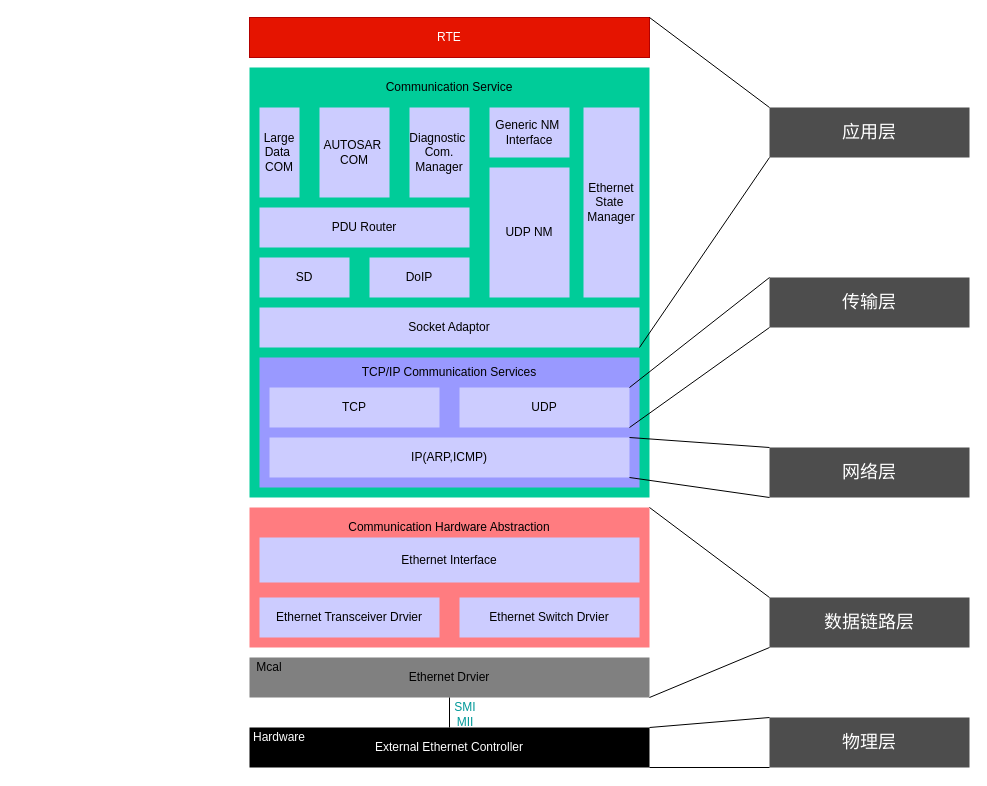
hanojiang/BlogCP keeps this draw.io diagram as page "Page-2" (1 of 6) of docs/ETH/layer.drawio. Above is the earlier version. Source tidied: cells renumbered, new cells numbered last; positions are measured from the earlier drawing's top-left corner, leaving out a move shared by most shapes. Both pictures are drawn from the tidied source at 100%, with x=0, y=0 at pixel (249, 17).
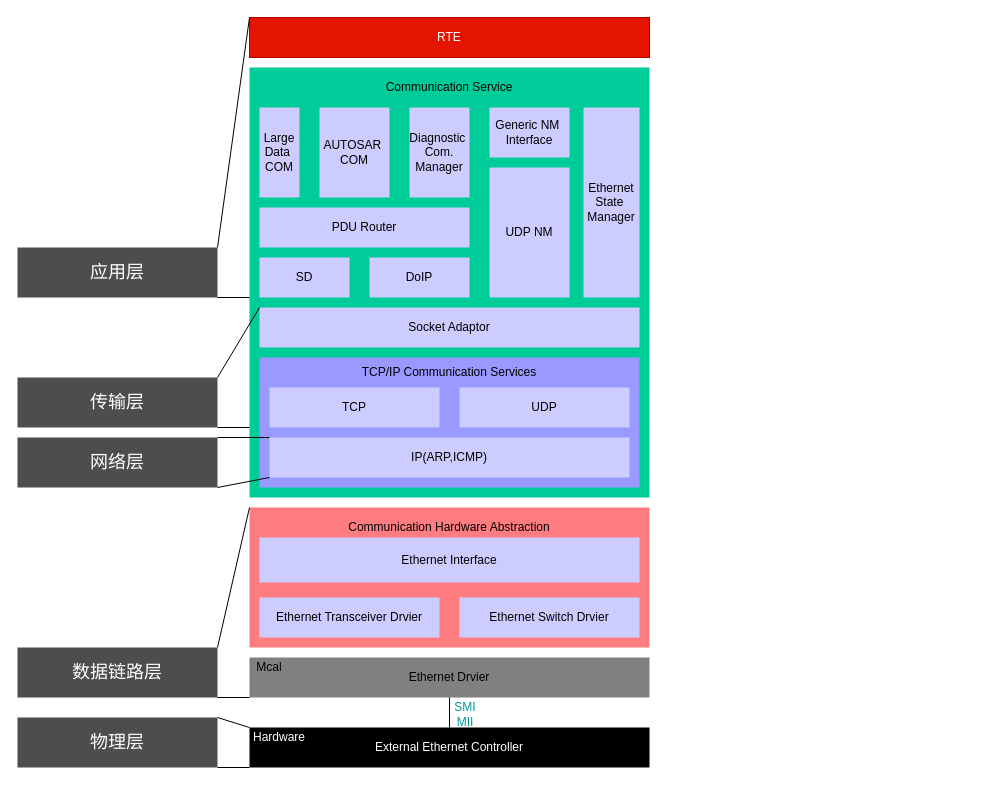
After the change.

The change refers to these unchanged cells:
```xml
<mxCell id="3" style="rounded=0;whiteSpace=wrap;html=1;fillColor=#FF7C80;strokeColor=none;" parent="2" vertex="1">
  <mxGeometry y="490" width="400" height="140" as="geometry" />
</mxCell>
<mxCell id="4" value="&lt;span&gt;&lt;font color=&quot;#000000&quot;&gt;Ethernet Drvier&lt;/font&gt;&lt;/span&gt;" style="rounded=0;whiteSpace=wrap;html=1;fontColor=#ffffff;fillColor=#808080;strokeColor=none;" parent="2" vertex="1">
  <mxGeometry y="640" width="400" height="40" as="geometry" />
</mxCell>
<mxCell id="6" value="&lt;font color=&quot;#ffffff&quot;&gt;External Ethernet Controller&lt;/font&gt;" style="rounded=0;whiteSpace=wrap;html=1;fillColor=#000000;strokeColor=none;" parent="2" vertex="1">
  <mxGeometry y="710" width="400" height="40" as="geometry" />
</mxCell>
<mxCell id="14" value="Socket Adaptor" style="rounded=0;whiteSpace=wrap;html=1;fillColor=#CCCCFF;fontColor=#000000;strokeColor=none;" parent="2" vertex="1">
  <mxGeometry x="10" y="290" width="380" height="40" as="geometry" />
</mxCell>
<mxCell id="24" value="RTE" style="rounded=0;whiteSpace=wrap;html=1;fillColor=#e51400;strokeColor=#B20000;fontColor=#ffffff;" parent="2" vertex="1">
  <mxGeometry width="400" height="40" as="geometry" />
</mxCell>
<mxCell id="28" value="IP(ARP,ICMP)" style="rounded=0;whiteSpace=wrap;html=1;fillColor=#CCCCFF;fontColor=#000000;strokeColor=none;" parent="2" vertex="1">
  <mxGeometry x="20" y="420" width="360" height="40" as="geometry" />
</mxCell>
<mxCell id="30" value="UDP" style="rounded=0;whiteSpace=wrap;html=1;fillColor=#CCCCFF;fontColor=#000000;strokeColor=none;" parent="2" vertex="1">
  <mxGeometry x="210" y="370" width="170" height="40" as="geometry" />
</mxCell>
```

Diff of the diagram source:
```diff
@@
     <mxCell id="32" value="&lt;font style=&quot;font-size: 18px&quot;&gt;应用层&lt;/font&gt;" style="rounded=0;whiteSpace=wrap;html=1;fillColor=#4D4D4D;strokeColor=none;fontColor=#FFFFFF;" parent="1" vertex="1">
-      <mxGeometry x="520" y="90" width="200" height="50" as="geometry" />
+      <mxGeometry x="-232" y="230" width="200" height="50" as="geometry" />
     </mxCell>
     <mxCell id="33" value="传输层" style="rounded=0;whiteSpace=wrap;html=1;fontSize=18;fillColor=#4D4D4D;strokeColor=none;fontColor=#FFFFFF;" parent="1" vertex="1">
-      <mxGeometry x="520" y="260" width="200" height="50" as="geometry" />
+      <mxGeometry x="-232" y="360" width="200" height="50" as="geometry" />
     </mxCell>
     <mxCell id="34" value="网络层" style="rounded=0;whiteSpace=wrap;html=1;fontSize=18;fillColor=#4D4D4D;strokeColor=none;fontColor=#FFFFFF;" parent="1" vertex="1">
-      <mxGeometry x="520" y="430" width="200" height="50" as="geometry" />
+      <mxGeometry x="-232" y="420" width="200" height="50" as="geometry" />
     </mxCell>
     <mxCell id="35" value="数据链路层" style="rounded=0;whiteSpace=wrap;html=1;fontSize=18;fillColor=#4D4D4D;strokeColor=none;fontColor=#FFFFFF;" parent="1" vertex="1">
-      <mxGeometry x="520" y="580" width="200" height="50" as="geometry" />
+      <mxGeometry x="-232" y="630" width="200" height="50" as="geometry" />
     </mxCell>
     <mxCell id="36" value="物理层" style="rounded=0;whiteSpace=wrap;html=1;fontSize=18;strokeColor=none;fillColor=#4D4D4D;fontColor=#FFFFFF;" parent="1" vertex="1">
-      <mxGeometry x="520" y="700" width="200" height="50" as="geometry" />
+      <mxGeometry x="-232" y="700" width="200" height="50" as="geometry" />
     </mxCell>
-    <mxCell id="37" style="endArrow=none;html=1;fontSize=18;entryX=0;entryY=0;entryDx=0;entryDy=0;exitX=1;exitY=0;exitDx=0;exitDy=0;strokeColor=#000000;" parent="1" edge="1" source="24" target="32">
+    <mxCell id="37" style="endArrow=none;html=1;fontSize=18;entryX=1;entryY=0;entryDx=0;entryDy=0;exitX=0;exitY=0;exitDx=0;exitDy=0;strokeColor=#000000;" parent="1" edge="1" source="24" target="32">
       <mxGeometry relative="1" as="geometry" />
     </mxCell>
-    <mxCell id="38" style="endArrow=none;html=1;fontSize=18;entryX=0;entryY=1;entryDx=0;entryDy=0;exitX=1;exitY=1;exitDx=0;exitDy=0;strokeColor=#000000;" parent="1" edge="1" source="14" target="32">
-      <mxGeometry relative="1" as="geometry" />
-    </mxCell>
-    <mxCell id="39" style="endArrow=none;html=1;fontSize=18;entryX=0;entryY=0;entryDx=0;entryDy=0;exitX=1;exitY=0;exitDx=0;exitDy=0;strokeColor=#000000;" parent="1" edge="1" source="30" target="33">
+    <mxCell id="39" style="endArrow=none;html=1;fontSize=18;entryX=1;entryY=0;entryDx=0;entryDy=0;exitX=0;exitY=0;exitDx=0;exitDy=0;strokeColor=#000000;" parent="1" edge="1" source="14" target="33">
       <mxGeometry relative="1" as="geometry" />
     </mxCell>
-    <mxCell id="40" style="endArrow=none;html=1;fontSize=18;exitX=0;exitY=1;exitDx=0;exitDy=0;entryX=1;entryY=1;entryDx=0;entryDy=0;strokeColor=#000000;" parent="1" edge="1" source="33" target="30">
-      <mxGeometry relative="1" as="geometry" />
-    </mxCell>
-    <mxCell id="41" style="endArrow=none;html=1;fontSize=18;exitX=1;exitY=0;exitDx=0;exitDy=0;entryX=0;entryY=0;entryDx=0;entryDy=0;strokeColor=#000000;" parent="1" edge="1" source="28" target="34">
+    <mxCell id="41" style="endArrow=none;html=1;fontSize=18;exitX=0;exitY=0;exitDx=0;exitDy=0;entryX=1;entryY=0;entryDx=0;entryDy=0;strokeColor=#000000;" parent="1" edge="1" source="28" target="34">
       <mxGeometry relative="1" as="geometry" />
     </mxCell>
-    <mxCell id="42" style="endArrow=none;html=1;fontSize=18;entryX=0;entryY=1;entryDx=0;entryDy=0;exitX=1;exitY=1;exitDx=0;exitDy=0;strokeColor=#000000;" parent="1" edge="1" source="28" target="34">
-      <mxGeometry relative="1" as="geometry" />
-    </mxCell>
-    <mxCell id="43" style="endArrow=none;html=1;fontSize=18;exitX=1;exitY=0;exitDx=0;exitDy=0;entryX=0;entryY=0;entryDx=0;entryDy=0;strokeColor=#000000;" parent="1" edge="1" source="3" target="35">
+    <mxCell id="43" style="endArrow=none;html=1;fontSize=18;exitX=0;exitY=0;exitDx=0;exitDy=0;entryX=1;entryY=0;entryDx=0;entryDy=0;strokeColor=#000000;" parent="1" edge="1" source="3" target="35">
       <mxGeometry relative="1" as="geometry" />
     </mxCell>
-    <mxCell id="44" style="endArrow=none;html=1;fontSize=18;exitX=1;exitY=1;exitDx=0;exitDy=0;entryX=0;entryY=1;entryDx=0;entryDy=0;strokeColor=#000000;" parent="1" edge="1" source="4" target="35">
-      <mxGeometry relative="1" as="geometry" />
-    </mxCell>
-    <mxCell id="45" style="endArrow=none;html=1;fontSize=18;exitX=1;exitY=1;exitDx=0;exitDy=0;entryX=0;entryY=1;entryDx=0;entryDy=0;strokeColor=#000000;" parent="1" edge="1" source="6" target="36">
+    <mxCell id="45" style="endArrow=none;html=1;fontSize=18;entryX=1;entryY=1;entryDx=0;entryDy=0;strokeColor=#000000;exitX=0;exitY=1;exitDx=0;exitDy=0;" parent="1" edge="1" source="6" target="36">
       <mxGeometry relative="1" as="geometry" />
     </mxCell>
-    <mxCell id="46" style="endArrow=none;html=1;fontSize=18;exitX=1;exitY=0;exitDx=0;exitDy=0;entryX=0;entryY=0;entryDx=0;entryDy=0;strokeColor=#000000;" parent="1" edge="1" source="6" target="36">
+    <mxCell id="46" style="endArrow=none;html=1;fontSize=18;exitX=0;exitY=0;exitDx=0;exitDy=0;entryX=1;entryY=0;entryDx=0;entryDy=0;strokeColor=#000000;" parent="1" edge="1" source="6" target="36">
       <mxGeometry relative="1" as="geometry" />
     </mxCell>
+    <mxCell id="44" style="endArrow=none;html=1;fontSize=18;entryX=1;entryY=1;entryDx=0;entryDy=0;strokeColor=#000000;exitX=0;exitY=1;exitDx=0;exitDy=0;" parent="1" edge="1" source="4" target="35">
+      <mxGeometry relative="1" as="geometry" />
+    </mxCell>
+    <mxCell id="42" style="endArrow=none;html=1;fontSize=18;entryX=1;entryY=1;entryDx=0;entryDy=0;strokeColor=#000000;exitX=0;exitY=1;exitDx=0;exitDy=0;" parent="1" edge="1" source="28" target="34">
+      <mxGeometry relative="1" as="geometry" />
+    </mxCell>
+    <mxCell id="47" style="endArrow=none;html=1;fontSize=18;entryX=1;entryY=1;entryDx=0;entryDy=0;strokeColor=#000000;exitX=0;exitY=1;exitDx=0;exitDy=0;" parent="1" edge="1">
+      <mxGeometry relative="1" as="geometry">
+        <mxPoint y="410" as="sourcePoint" />
+        <mxPoint x="-32" y="410" as="targetPoint" />
+      </mxGeometry>
+    </mxCell>
+    <mxCell id="48" style="endArrow=none;html=1;fontSize=18;entryX=1;entryY=1;entryDx=0;entryDy=0;strokeColor=#000000;exitX=0;exitY=1;exitDx=0;exitDy=0;" parent="1" edge="1">
+      <mxGeometry relative="1" as="geometry">
+        <mxPoint y="280" as="sourcePoint" />
+        <mxPoint x="-32" y="280" as="targetPoint" />
+      </mxGeometry>
+    </mxCell>
```
